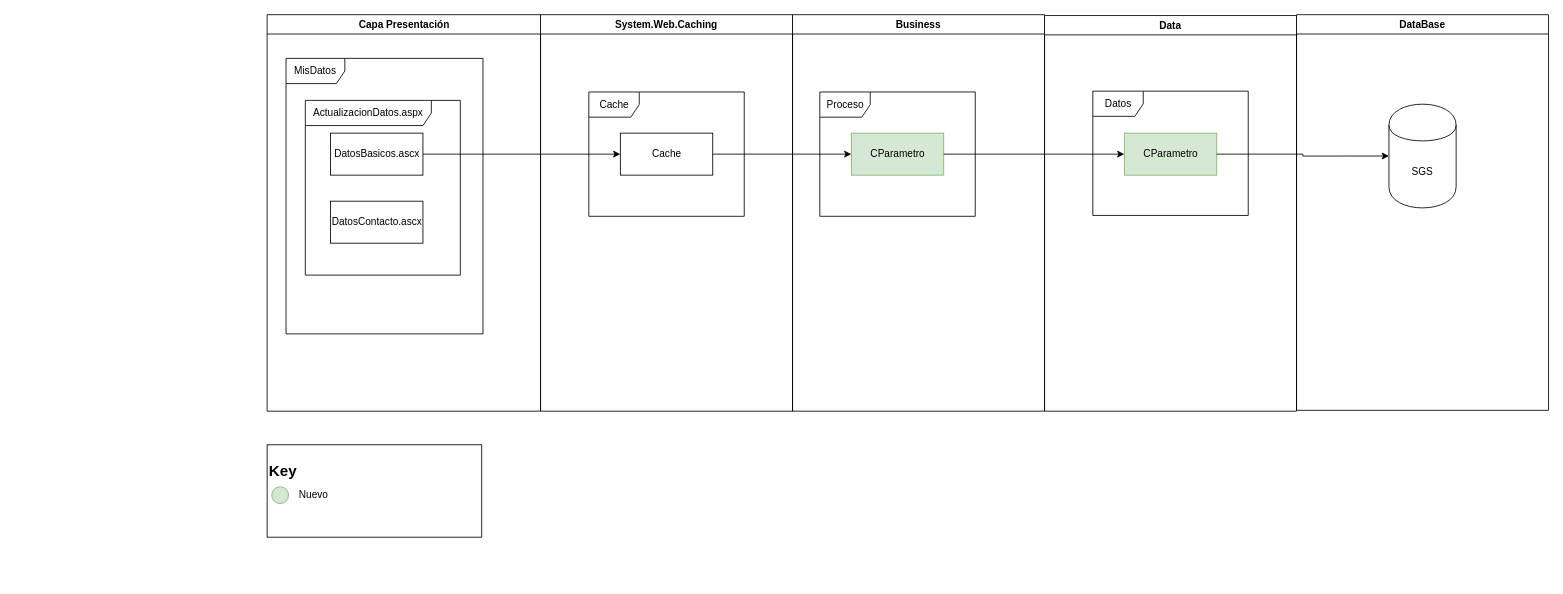
This is MultiTired.drawio from carlosvalderrama1204/Circular007, a draw.io file, before an edit. Source tidied: cells renumbered, new cells numbered last; positions are measured from the earlier drawing's top-left corner, leaving out a move shared by most shapes. Both pictures are drawn from the tidied source at 84%, with x=0, y=0 at pixel (266, 14).
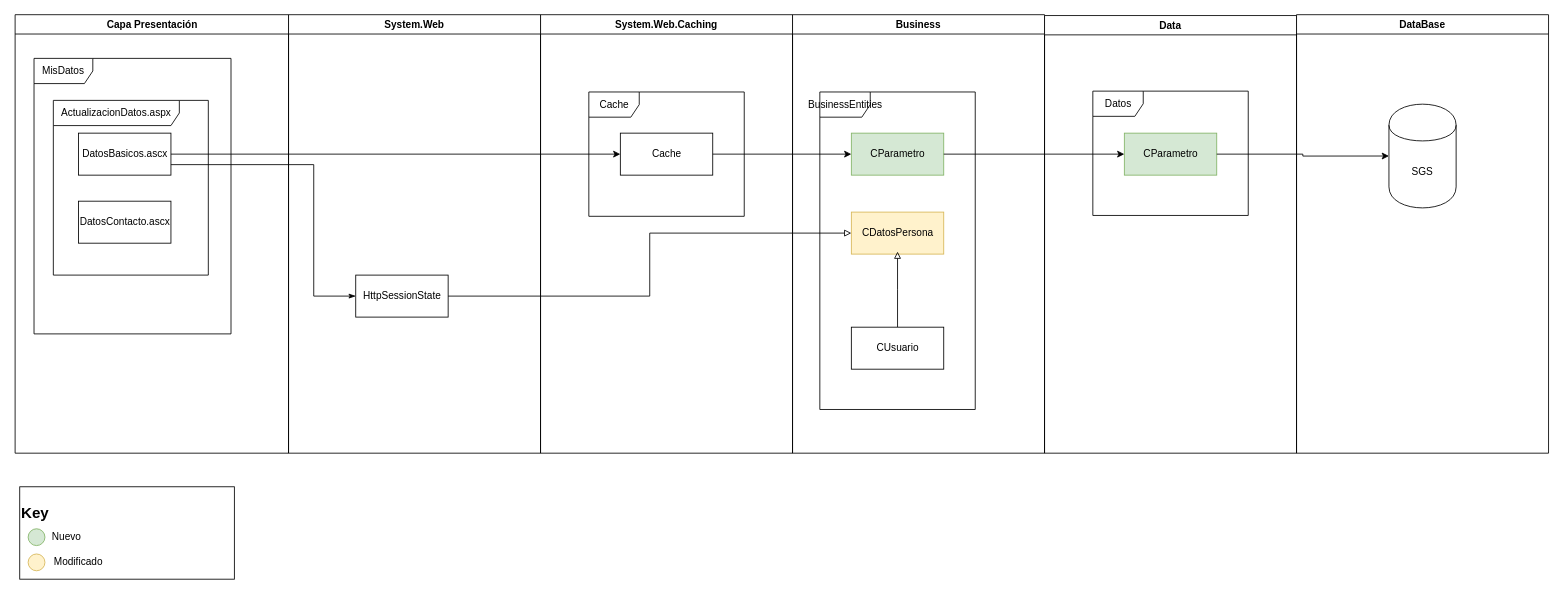
Above is the later version.

Unchanged cells that the change refers to:
```xml
<mxCell id="5" value="DatosBasicos.ascx" style="html=1;" parent="2" vertex="1">
  <mxGeometry x="75.5" y="141" width="110" height="50" as="geometry" />
</mxCell>
<mxCell id="9" value="Cache" style="html=1;" parent="7" vertex="1">
  <mxGeometry x="95" y="141" width="110" height="50" as="geometry" />
</mxCell>
```

Diff of the diagram source:
```diff
@@
     <mxCell id="2" value="Capa Presentación" style="swimlane;whiteSpace=wrap;startSize=23;" parent="1" vertex="1">
-      <mxGeometry x="0.5" width="325.5" height="472" as="geometry" />
+      <mxGeometry x="-299.5" width="325.5" height="522" as="geometry" />
     </mxCell>
@@
     <mxCell id="7" value="System.Web.Caching" style="swimlane;whiteSpace=wrap;startSize=23;" parent="1" vertex="1">
-      <mxGeometry x="326" width="300" height="472" as="geometry" />
+      <mxGeometry x="326" width="300" height="522" as="geometry" />
     </mxCell>
@@
     <mxCell id="10" value="Business" style="swimlane;whiteSpace=wrap;" parent="1" vertex="1">
-      <mxGeometry x="626" width="300" height="472" as="geometry" />
+      <mxGeometry x="626" width="300" height="522" as="geometry" />
     </mxCell>
-    <mxCell id="11" value="Proceso" style="shape=umlFrame;whiteSpace=wrap;html=1;" parent="10" vertex="1">
-      <mxGeometry x="32.5" y="92" width="185" height="148" as="geometry" />
+    <mxCell id="11" value="BusinessEntities" style="shape=umlFrame;whiteSpace=wrap;html=1;" parent="10" vertex="1">
+      <mxGeometry x="32.5" y="92" width="185" height="378" as="geometry" />
     </mxCell>
@@
+    <mxCell id="25" value="CDatosPersona" style="html=1;fillColor=#fff2cc;strokeColor=#d6b656;" parent="10" vertex="1">
+      <mxGeometry x="70" y="235" width="110" height="50" as="geometry" />
+    </mxCell>
+    <mxCell id="26" style="edgeStyle=orthogonalEdgeStyle;rounded=0;jettySize=auto;html=1;endArrow=block;endFill=0;" parent="10" edge="1" source="27">
+      <mxGeometry relative="1" as="geometry">
+        <mxPoint x="125" y="282" as="targetPoint" />
+      </mxGeometry>
+    </mxCell>
+    <mxCell id="27" value="CUsuario" style="html=1;" parent="10" vertex="1">
+      <mxGeometry x="70" y="372" width="110" height="50" as="geometry" />
+    </mxCell>
     <mxCell id="13" value="Data" style="swimlane;whiteSpace=wrap;startSize=23;" parent="1" vertex="1">
-      <mxGeometry x="926" y="1" width="300" height="471" as="geometry" />
+      <mxGeometry x="926" y="1" width="300" height="521" as="geometry" />
     </mxCell>
@@
     <mxCell id="16" value="&lt;h2&gt;Key&lt;/h2&gt;" style="rounded=0;whiteSpace=wrap;html=1;align=left;verticalAlign=top;" parent="1" vertex="1">
-      <mxGeometry x="0.5" y="512" width="255.5" height="110" as="geometry" />
+      <mxGeometry x="-294" y="562" width="255.5" height="110" as="geometry" />
     </mxCell>
     <mxCell id="17" style="ellipse;whiteSpace=wrap;html=1;align=left;fillColor=#d5e8d4;strokeColor=#82b366;" parent="1" vertex="1">
-      <mxGeometry x="6" y="562" width="20" height="20" as="geometry" />
+      <mxGeometry x="-284" y="612" width="20" height="20" as="geometry" />
     </mxCell>
     <mxCell id="18" value="Nuevo" style="text;html=1;strokeColor=none;fillColor=none;align=center;verticalAlign=middle;whiteSpace=wrap;rounded=0;" parent="1" vertex="1">
-      <mxGeometry x="36" y="562" width="40" height="20" as="geometry" />
+      <mxGeometry x="-258.5" y="612" width="40" height="20" as="geometry" />
     </mxCell>
     <mxCell id="19" value="DataBase" style="swimlane;whiteSpace=wrap;startSize=23;" parent="1" vertex="1">
-      <mxGeometry x="1226" width="300" height="471" as="geometry" />
+      <mxGeometry x="1226" width="300" height="522" as="geometry" />
     </mxCell>
@@
-    <mxCell id="21" style="edgeStyle=orthogonalEdgeStyle;rounded=0;jettySize=auto;html=1;" parent="1" edge="1" source="5" target="9">
-      <mxGeometry relative="1" as="geometry" />
-    </mxCell>
@@
+    <mxCell id="28" value="System.Web" style="swimlane;whiteSpace=wrap;startSize=23;" parent="1" vertex="1">
+      <mxGeometry x="26" width="300" height="522" as="geometry" />
+    </mxCell>
+    <mxCell id="29" value="HttpSessionState" style="html=1;" parent="28" vertex="1">
+      <mxGeometry x="80" y="310" width="110" height="50" as="geometry" />
+    </mxCell>
+    <mxCell id="21" style="edgeStyle=orthogonalEdgeStyle;rounded=0;jettySize=auto;html=1;entryX=0;entryY=0.5;entryDx=0;entryDy=0;endArrow=classic;endFill=1;" parent="1" edge="1" source="5" target="9">
+      <mxGeometry relative="1" as="geometry" />
+    </mxCell>
+    <mxCell id="30" style="edgeStyle=orthogonalEdgeStyle;rounded=0;jettySize=auto;html=1;entryX=0;entryY=0.5;entryDx=0;entryDy=0;endArrow=classicThin;endFill=1;exitX=1;exitY=0.75;exitDx=0;exitDy=0;" parent="1" edge="1" source="5" target="29">
+      <mxGeometry relative="1" as="geometry">
+        <Array as="points">
+          <mxPoint x="56" y="179" />
+          <mxPoint x="56" y="335" />
+        </Array>
+      </mxGeometry>
+    </mxCell>
+    <mxCell id="31" style="edgeStyle=orthogonalEdgeStyle;rounded=0;jettySize=auto;html=1;entryX=0;entryY=0.5;entryDx=0;entryDy=0;endArrow=block;endFill=0;" parent="1" edge="1" source="29" target="25">
+      <mxGeometry relative="1" as="geometry" />
+    </mxCell>
+    <mxCell id="32" style="ellipse;whiteSpace=wrap;html=1;align=left;fillColor=#fff2cc;strokeColor=#d6b656;" parent="1" vertex="1">
+      <mxGeometry x="-284" y="642" width="20" height="20" as="geometry" />
+    </mxCell>
+    <mxCell id="33" value="Modificado" style="text;html=1;strokeColor=none;fillColor=none;align=center;verticalAlign=middle;whiteSpace=wrap;rounded=0;" parent="1" vertex="1">
+      <mxGeometry x="-244" y="642" width="40" height="20" as="geometry" />
+    </mxCell>
```
